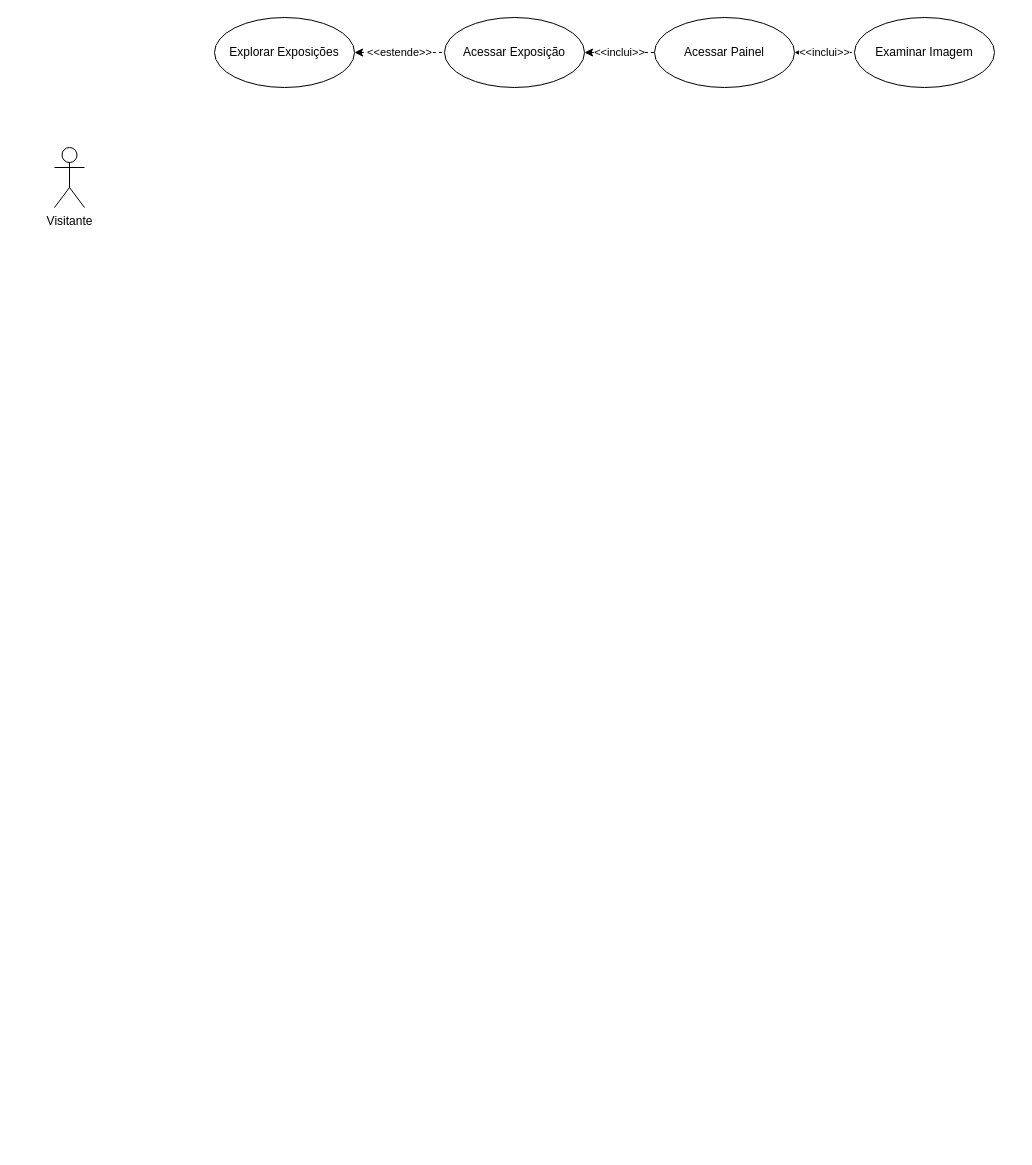
Before: page "Casos de Uso" (5 of 5) of UnderExpo.drawio in GustavoDeOliveira/underexpo, a draw.io diagram. Source tidied: cells renumbered, new cells numbered last; positions are measured from the earlier drawing's top-left corner, leaving out a move shared by most shapes. Both pictures are drawn from the tidied source at 100%, with x=0, y=0 at pixel (54, 17).
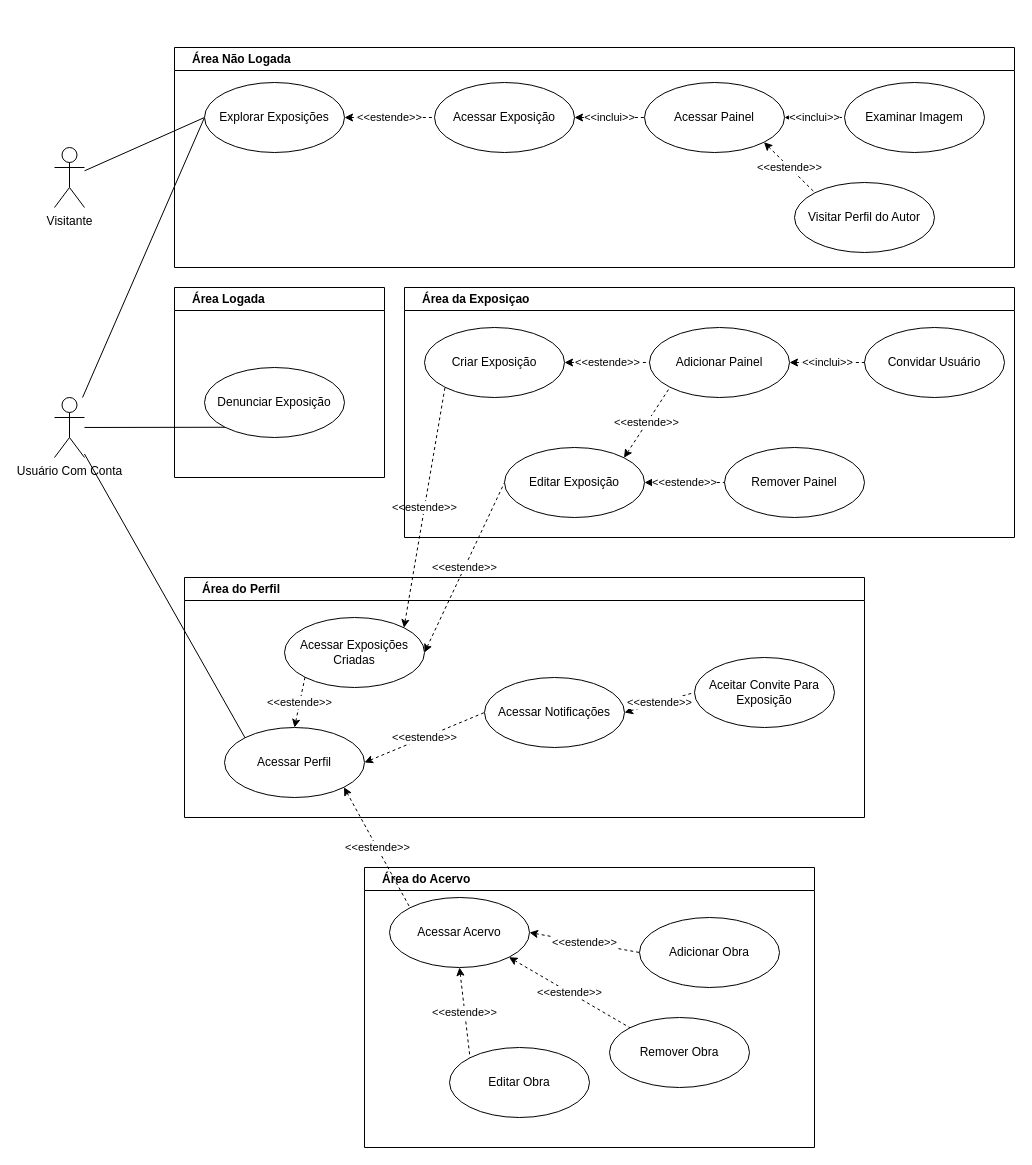
The same page after the edit.

Commit message:
Adicionando mais casos de uso UnderExpo.drawio

The change refers to these unchanged cells:
```xml
<mxCell id="2" value="Visitante" style="shape=umlActor;verticalLabelPosition=bottom;verticalAlign=top;html=1;" parent="1" vertex="1">
  <mxGeometry y="130" width="30" height="60" as="geometry" />
</mxCell>
```

The edit, as a diff of the source:
```diff
@@
+    <mxCell id="10" value="Área do Acervo" style="swimlane;whiteSpace=wrap;html=1;align=left;spacingLeft=16;" parent="1" vertex="1">
+      <mxGeometry x="310" y="850" width="450" height="280" as="geometry" />
+    </mxCell>
+    <mxCell id="11" value="Acessar Acervo" style="ellipse;whiteSpace=wrap;html=1;" parent="10" vertex="1">
+      <mxGeometry x="25" y="30" width="140" height="70" as="geometry" />
+    </mxCell>
+    <mxCell id="12" value="Editar Obra" style="ellipse;whiteSpace=wrap;html=1;" parent="10" vertex="1">
+      <mxGeometry x="85" y="180" width="140" height="70" as="geometry" />
+    </mxCell>
+    <mxCell id="13" value="Remover Obra" style="ellipse;whiteSpace=wrap;html=1;" parent="10" vertex="1">
+      <mxGeometry x="245" y="150" width="140" height="70" as="geometry" />
+    </mxCell>
+    <mxCell id="14" value="Adicionar Obra" style="ellipse;whiteSpace=wrap;html=1;" parent="10" vertex="1">
+      <mxGeometry x="275" y="50" width="140" height="70" as="geometry" />
+    </mxCell>
+    <mxCell id="15" value="&amp;lt;&amp;lt;estende&amp;gt;&amp;gt;" style="rounded=0;jettySize=auto;html=1;entryX=0;entryY=0;entryDx=0;entryDy=0;dashed=1;strokeColor=default;startArrow=classic;startFill=1;endArrow=none;endFill=0;exitX=0.5;exitY=1;exitDx=0;exitDy=0;" parent="10" edge="1" source="11" target="12">
+      <mxGeometry relative="1" as="geometry" />
+    </mxCell>
+    <mxCell id="16" value="&amp;lt;&amp;lt;estende&amp;gt;&amp;gt;" style="rounded=0;jettySize=auto;html=1;entryX=0;entryY=0;entryDx=0;entryDy=0;dashed=1;strokeColor=default;startArrow=classic;startFill=1;endArrow=none;endFill=0;exitX=1;exitY=1;exitDx=0;exitDy=0;" parent="10" edge="1" source="11" target="13">
+      <mxGeometry relative="1" as="geometry" />
+    </mxCell>
+    <mxCell id="17" value="&amp;lt;&amp;lt;estende&amp;gt;&amp;gt;" style="rounded=0;jettySize=auto;html=1;entryX=0;entryY=0.5;entryDx=0;entryDy=0;dashed=1;strokeColor=default;startArrow=classic;startFill=1;endArrow=none;endFill=0;exitX=1;exitY=0.5;exitDx=0;exitDy=0;" parent="10" edge="1" source="11" target="14">
+      <mxGeometry relative="1" as="geometry" />
+    </mxCell>
+    <mxCell id="18" value="Área do Perfil" style="swimlane;whiteSpace=wrap;html=1;align=left;spacingLeft=16;" parent="1" vertex="1">
+      <mxGeometry x="130" y="560" width="680" height="240" as="geometry" />
+    </mxCell>
+    <mxCell id="19" value="Acessar Exposições Criadas" style="ellipse;whiteSpace=wrap;html=1;" parent="18" vertex="1">
+      <mxGeometry x="100" y="40" width="140" height="70" as="geometry" />
+    </mxCell>
+    <mxCell id="20" value="Acessar Perfil" style="ellipse;whiteSpace=wrap;html=1;" parent="18" vertex="1">
+      <mxGeometry x="40" y="150" width="140" height="70" as="geometry" />
+    </mxCell>
+    <mxCell id="21" value="Acessar Notificações" style="ellipse;whiteSpace=wrap;html=1;" parent="18" vertex="1">
+      <mxGeometry x="300" y="100" width="140" height="70" as="geometry" />
+    </mxCell>
+    <mxCell id="22" value="Aceitar Convite Para Exposição" style="ellipse;whiteSpace=wrap;html=1;" parent="18" vertex="1">
+      <mxGeometry x="510" y="80" width="140" height="70" as="geometry" />
+    </mxCell>
+    <mxCell id="23" value="&amp;lt;&amp;lt;estende&amp;gt;&amp;gt;" style="rounded=0;jettySize=auto;html=1;dashed=1;exitX=0.5;exitY=0;exitDx=0;exitDy=0;strokeColor=default;startArrow=classic;startFill=1;endArrow=none;endFill=0;entryX=0;entryY=1;entryDx=0;entryDy=0;" parent="18" edge="1" source="20" target="19">
+      <mxGeometry relative="1" as="geometry" />
+    </mxCell>
+    <mxCell id="24" value="&amp;lt;&amp;lt;estende&amp;gt;&amp;gt;" style="rounded=0;jettySize=auto;html=1;entryX=0;entryY=0.5;entryDx=0;entryDy=0;dashed=1;exitX=1;exitY=0.5;exitDx=0;exitDy=0;strokeColor=default;startArrow=classic;startFill=1;endArrow=none;endFill=0;" parent="18" edge="1" source="20" target="21">
+      <mxGeometry relative="1" as="geometry" />
+    </mxCell>
+    <mxCell id="25" value="&amp;lt;&amp;lt;estende&amp;gt;&amp;gt;" style="rounded=0;jettySize=auto;html=1;entryX=0;entryY=0.5;entryDx=0;entryDy=0;dashed=1;strokeColor=default;startArrow=classic;startFill=1;endArrow=none;endFill=0;exitX=1;exitY=0.5;exitDx=0;exitDy=0;" parent="18" edge="1" source="21" target="22">
+      <mxGeometry relative="1" as="geometry" />
+    </mxCell>
+    <mxCell id="26" style="rounded=0;jettySize=auto;html=1;entryX=0;entryY=0.5;entryDx=0;entryDy=0;endArrow=none;endFill=0;" parent="1" edge="1" source="2" target="6">
+      <mxGeometry relative="1" as="geometry" />
+    </mxCell>
@@
-    <mxCell id="3" value="&amp;lt;&amp;lt;estende&amp;gt;&amp;gt;" style="rounded=0;jettySize=auto;html=1;entryX=0;entryY=0.5;entryDx=0;entryDy=0;dashed=1;exitX=1;exitY=0.5;exitDx=0;exitDy=0;strokeColor=default;startArrow=classic;startFill=1;endArrow=none;endFill=0;" parent="1" edge="1" source="6" target="4">
-      <mxGeometry relative="1" as="geometry" />
-    </mxCell>
+    <mxCell id="27" style="rounded=0;jettySize=auto;html=1;entryX=0;entryY=0.5;entryDx=0;entryDy=0;endArrow=none;endFill=0;" parent="1" edge="1" source="29" target="6">
+      <mxGeometry relative="1" as="geometry" />
+    </mxCell>
+    <mxCell id="28" style="rounded=0;jettySize=auto;html=1;entryX=0;entryY=1;entryDx=0;entryDy=0;endArrow=none;endFill=0;" parent="1" edge="1" source="29" target="30">
+      <mxGeometry relative="1" as="geometry" />
+    </mxCell>
+    <mxCell id="29" value="Usuário Com Conta" style="shape=umlActor;verticalLabelPosition=bottom;verticalAlign=top;html=1;" parent="1" vertex="1">
+      <mxGeometry y="380" width="30" height="60" as="geometry" />
+    </mxCell>
+    <mxCell id="30" value="Denunciar Exposição" style="ellipse;whiteSpace=wrap;html=1;" parent="1" vertex="1">
+      <mxGeometry x="150" y="350" width="140" height="70" as="geometry" />
+    </mxCell>
+    <mxCell id="31" style="rounded=0;jettySize=auto;html=1;entryX=0;entryY=0;entryDx=0;entryDy=0;endArrow=none;endFill=0;" parent="1" edge="1" source="29" target="20">
+      <mxGeometry relative="1" as="geometry" />
+    </mxCell>
+    <mxCell id="32" value="&amp;lt;&amp;lt;estende&amp;gt;&amp;gt;" style="rounded=0;jettySize=auto;html=1;entryX=0;entryY=0.5;entryDx=0;entryDy=0;dashed=1;exitX=1;exitY=0.5;exitDx=0;exitDy=0;strokeColor=default;startArrow=classic;startFill=1;endArrow=none;endFill=0;" parent="1" edge="1" source="19" target="39">
+      <mxGeometry relative="1" as="geometry" />
+    </mxCell>
+    <mxCell id="33" value="&amp;lt;&amp;lt;estende&amp;gt;&amp;gt;" style="rounded=0;jettySize=auto;html=1;entryX=0;entryY=1;entryDx=0;entryDy=0;dashed=1;exitX=1;exitY=0;exitDx=0;exitDy=0;strokeColor=default;startArrow=classic;startFill=1;endArrow=none;endFill=0;" parent="1" edge="1" source="19" target="38">
+      <mxGeometry relative="1" as="geometry" />
+    </mxCell>
+    <mxCell id="34" value="Área Não Logada" style="swimlane;whiteSpace=wrap;html=1;align=left;spacingLeft=16;" parent="1" vertex="1">
+      <mxGeometry x="120" y="30" width="840" height="220" as="geometry" />
+    </mxCell>
+    <mxCell id="6" value="Explorar Exposições" style="ellipse;whiteSpace=wrap;html=1;" parent="34" vertex="1">
+      <mxGeometry x="30" y="35" width="140" height="70" as="geometry" />
+    </mxCell>
-    <mxCell id="4" value="Acessar Exposição" style="ellipse;whiteSpace=wrap;html=1;" parent="1" vertex="1">
-      <mxGeometry x="390" width="140" height="70" as="geometry" />
+    <mxCell id="4" value="Acessar Exposição" style="ellipse;whiteSpace=wrap;html=1;" parent="34" vertex="1">
+      <mxGeometry x="260" y="35" width="140" height="70" as="geometry" />
     </mxCell>
-    <mxCell id="5" value="Acessar Painel" style="ellipse;whiteSpace=wrap;html=1;" parent="1" vertex="1">
-      <mxGeometry x="600" width="140" height="70" as="geometry" />
+    <mxCell id="5" value="Acessar Painel" style="ellipse;whiteSpace=wrap;html=1;" parent="34" vertex="1">
+      <mxGeometry x="470" y="35" width="140" height="70" as="geometry" />
     </mxCell>
-    <mxCell id="6" value="Explorar Exposições" style="ellipse;whiteSpace=wrap;html=1;" parent="1" vertex="1">
-      <mxGeometry x="160" width="140" height="70" as="geometry" />
-    </mxCell>
+    <mxCell id="35" value="Visitar Perfil do Autor" style="ellipse;whiteSpace=wrap;html=1;" parent="34" vertex="1">
+      <mxGeometry x="620" y="135" width="140" height="70" as="geometry" />
+    </mxCell>
-    <mxCell id="7" value="Examinar Imagem" style="ellipse;whiteSpace=wrap;html=1;" parent="1" vertex="1">
-      <mxGeometry x="800" width="140" height="70" as="geometry" />
+    <mxCell id="7" value="Examinar Imagem" style="ellipse;whiteSpace=wrap;html=1;" parent="34" vertex="1">
+      <mxGeometry x="670" y="35" width="140" height="70" as="geometry" />
     </mxCell>
+    <mxCell id="3" value="&amp;lt;&amp;lt;estende&amp;gt;&amp;gt;" style="rounded=0;jettySize=auto;html=1;entryX=0;entryY=0.5;entryDx=0;entryDy=0;dashed=1;exitX=1;exitY=0.5;exitDx=0;exitDy=0;strokeColor=default;startArrow=classic;startFill=1;endArrow=none;endFill=0;" parent="34" edge="1" source="6" target="4">
+      <mxGeometry relative="1" as="geometry" />
+    </mxCell>
-    <mxCell id="8" value="&amp;lt;&amp;lt;inclui&amp;gt;&amp;gt;" style="rounded=0;jettySize=auto;html=1;entryX=0;entryY=0.5;entryDx=0;entryDy=0;dashed=1;exitX=1;exitY=0.5;exitDx=0;exitDy=0;startArrow=classic;startFill=1;endArrow=none;endFill=0;" parent="1" edge="1" source="4" target="5">
+    <mxCell id="8" value="&amp;lt;&amp;lt;inclui&amp;gt;&amp;gt;" style="rounded=0;jettySize=auto;html=1;entryX=0;entryY=0.5;entryDx=0;entryDy=0;dashed=1;exitX=1;exitY=0.5;exitDx=0;exitDy=0;startArrow=classic;startFill=1;endArrow=none;endFill=0;" parent="34" edge="1" source="4" target="5">
       <mxGeometry relative="1" as="geometry" />
     </mxCell>
+    <mxCell id="36" value="&amp;lt;&amp;lt;estende&amp;gt;&amp;gt;" style="rounded=0;jettySize=auto;html=1;entryX=0;entryY=0;entryDx=0;entryDy=0;dashed=1;exitX=1;exitY=1;exitDx=0;exitDy=0;strokeColor=default;startArrow=classic;startFill=1;endArrow=none;endFill=0;" parent="34" edge="1" source="5" target="35">
+      <mxGeometry relative="1" as="geometry" />
+    </mxCell>
-    <mxCell id="9" value="&amp;lt;&amp;lt;inclui&amp;gt;&amp;gt;" style="rounded=0;jettySize=auto;html=1;entryX=0;entryY=0.5;entryDx=0;entryDy=0;dashed=1;exitX=1;exitY=0.5;exitDx=0;exitDy=0;endArrow=none;endFill=0;startArrow=classic;startFill=1;" parent="1" edge="1" source="5" target="7">
+    <mxCell id="9" value="&amp;lt;&amp;lt;inclui&amp;gt;&amp;gt;" style="rounded=0;jettySize=auto;html=1;entryX=0;entryY=0.5;entryDx=0;entryDy=0;dashed=1;exitX=1;exitY=0.5;exitDx=0;exitDy=0;endArrow=none;endFill=0;startArrow=classic;startFill=1;" parent="34" edge="1" source="5" target="7">
       <mxGeometry relative="1" as="geometry" />
     </mxCell>
+    <mxCell id="37" value="Área da Exposiçao" style="swimlane;whiteSpace=wrap;html=1;align=left;spacingLeft=16;" parent="34" vertex="1">
+      <mxGeometry x="230" y="240" width="610" height="250" as="geometry" />
+    </mxCell>
+    <mxCell id="38" value="Criar Exposição" style="ellipse;whiteSpace=wrap;html=1;" parent="37" vertex="1">
+      <mxGeometry x="20" y="40" width="140" height="70" as="geometry" />
+    </mxCell>
+    <mxCell id="39" value="Editar Exposição" style="ellipse;whiteSpace=wrap;html=1;" parent="37" vertex="1">
+      <mxGeometry x="100" y="160" width="140" height="70" as="geometry" />
+    </mxCell>
+    <mxCell id="40" value="Remover Painel" style="ellipse;whiteSpace=wrap;html=1;" parent="37" vertex="1">
+      <mxGeometry x="320" y="160" width="140" height="70" as="geometry" />
+    </mxCell>
+    <mxCell id="41" value="Adicionar Painel" style="ellipse;whiteSpace=wrap;html=1;" parent="37" vertex="1">
+      <mxGeometry x="245" y="40" width="140" height="70" as="geometry" />
+    </mxCell>
+    <mxCell id="42" value="Convidar Usuário" style="ellipse;whiteSpace=wrap;html=1;" parent="37" vertex="1">
+      <mxGeometry x="460" y="40" width="140" height="70" as="geometry" />
+    </mxCell>
+    <mxCell id="43" value="&amp;lt;&amp;lt;estende&amp;gt;&amp;gt;" style="rounded=0;jettySize=auto;html=1;entryX=0;entryY=0.5;entryDx=0;entryDy=0;dashed=1;exitX=1;exitY=0.5;exitDx=0;exitDy=0;strokeColor=default;startArrow=classic;startFill=1;endArrow=none;endFill=0;" parent="37" edge="1" source="39" target="40">
+      <mxGeometry relative="1" as="geometry" />
+    </mxCell>
+    <mxCell id="44" value="&amp;lt;&amp;lt;estende&amp;gt;&amp;gt;" style="rounded=0;jettySize=auto;html=1;entryX=0;entryY=0.5;entryDx=0;entryDy=0;dashed=1;exitX=1;exitY=0.5;exitDx=0;exitDy=0;strokeColor=default;startArrow=classic;startFill=1;endArrow=none;endFill=0;" parent="37" edge="1" source="38" target="41">
+      <mxGeometry relative="1" as="geometry" />
+    </mxCell>
+    <mxCell id="45" value="&amp;lt;&amp;lt;estende&amp;gt;&amp;gt;" style="rounded=0;jettySize=auto;html=1;entryX=0;entryY=1;entryDx=0;entryDy=0;dashed=1;exitX=1;exitY=0;exitDx=0;exitDy=0;strokeColor=default;startArrow=classic;startFill=1;endArrow=none;endFill=0;" parent="37" edge="1" source="39" target="41">
+      <mxGeometry relative="1" as="geometry" />
+    </mxCell>
+    <mxCell id="46" value="&amp;lt;&amp;lt;inclui&amp;gt;&amp;gt;" style="rounded=0;jettySize=auto;html=1;entryX=0;entryY=0.5;entryDx=0;entryDy=0;dashed=1;strokeColor=default;startArrow=classic;startFill=1;endArrow=none;endFill=0;exitX=1;exitY=0.5;exitDx=0;exitDy=0;" parent="37" edge="1" source="41" target="42">
+      <mxGeometry relative="1" as="geometry" />
+    </mxCell>
+    <mxCell id="47" value="&amp;lt;&amp;lt;estende&amp;gt;&amp;gt;" style="rounded=0;jettySize=auto;html=1;entryX=0;entryY=0;entryDx=0;entryDy=0;dashed=1;exitX=1;exitY=1;exitDx=0;exitDy=0;strokeColor=default;startArrow=classic;startFill=1;endArrow=none;endFill=0;" parent="1" edge="1" source="20" target="11">
+      <mxGeometry relative="1" as="geometry" />
+    </mxCell>
+    <mxCell id="48" value="Área Logada" style="swimlane;whiteSpace=wrap;html=1;align=left;spacingLeft=16;" parent="1" vertex="1">
+      <mxGeometry x="120" y="270" width="210" height="190" as="geometry" />
+    </mxCell>
```
